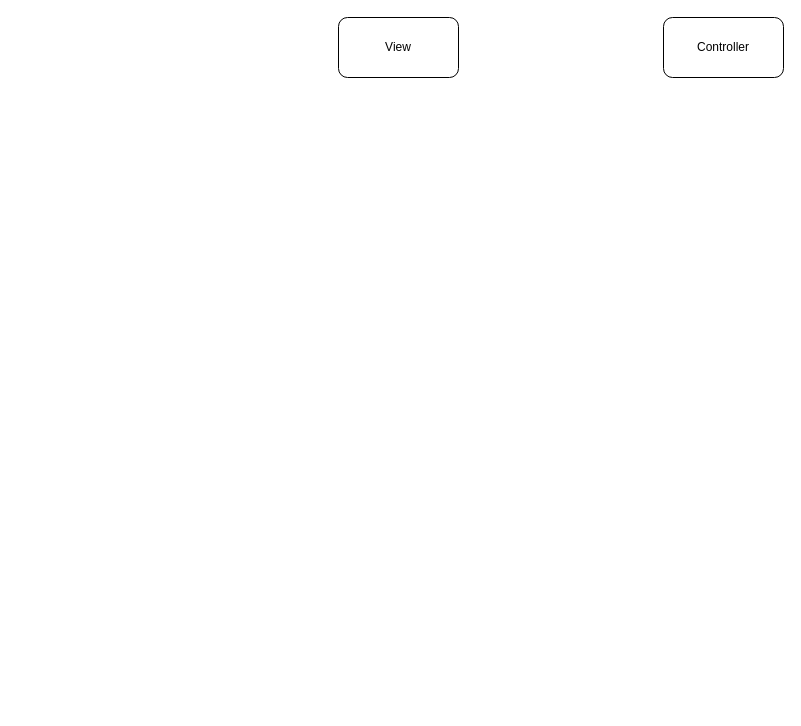
Above: page "Page-1" (1 of 2) of Untitled Diagram.drawio in sammcanany/drawio (draw.io), before the change. Source tidied: cells renumbered, new cells numbered last; positions are measured from the earlier drawing's top-left corner, leaving out a move shared by most shapes. Both pictures are drawn from the tidied source at 100%, with x=0, y=0 at pixel (338, 17).
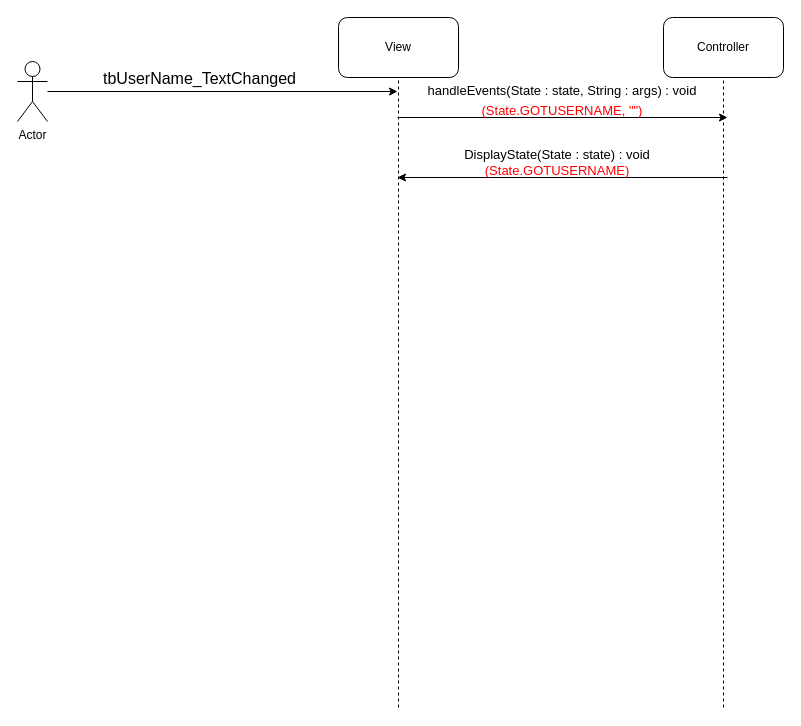
Above is the later version.

Diff of the diagram source:
```diff
@@
 <mxGraphModel>
   <root>
     <mxCell id="0" />
     <mxCell id="1" parent="0" />
     <mxCell id="2" value="View" style="rounded=1;whiteSpace=wrap;html=1;" parent="1" vertex="1">
       <mxGeometry width="120" height="60" as="geometry" />
     </mxCell>
     <mxCell id="3" value="Controller" style="rounded=1;whiteSpace=wrap;html=1;" parent="1" vertex="1">
       <mxGeometry x="325" width="120" height="60" as="geometry" />
     </mxCell>
+    <mxCell id="4" style="endArrow=none;dashed=1;html=1;rounded=0;entryX=0.5;entryY=1;entryDx=0;entryDy=0;" parent="1" edge="1" target="2">
+      <mxGeometry relative="1" as="geometry">
+        <mxPoint x="60" y="690" as="sourcePoint" />
+      </mxGeometry>
+    </mxCell>
+    <mxCell id="5" style="endArrow=none;dashed=1;html=1;rounded=0;entryX=0.5;entryY=1;entryDx=0;entryDy=0;" parent="1" edge="1" target="3">
+      <mxGeometry relative="1" as="geometry">
+        <mxPoint x="385" y="690" as="sourcePoint" />
+      </mxGeometry>
+    </mxCell>
+    <mxCell id="6" value="Actor" style="shape=umlActor;verticalLabelPosition=bottom;verticalAlign=top;html=1;outlineConnect=0;" parent="1" vertex="1">
+      <mxGeometry x="-321" y="44" width="30" height="60" as="geometry" />
+    </mxCell>
+    <mxCell id="7" style="endArrow=classic;html=1;rounded=0;" parent="1" edge="1" source="6">
+      <mxGeometry relative="1" as="geometry">
+        <mxPoint x="59" y="74" as="targetPoint" />
+      </mxGeometry>
+    </mxCell>
+    <mxCell id="8" value="&lt;font style=&quot;font-size: 16px;&quot;&gt;tbUserName_TextChanged&lt;/font&gt;" style="edgeLabel;html=1;align=center;verticalAlign=middle;" parent="7" vertex="1">
+      <mxGeometry x="-0.1" y="-1" relative="1" as="geometry">
+        <mxPoint x="-7" y="-15" as="offset" />
+      </mxGeometry>
+    </mxCell>
+    <mxCell id="9" style="endArrow=classic;html=1;rounded=0;fontSize=16;" parent="1" edge="1">
+      <mxGeometry relative="1" as="geometry">
+        <mxPoint x="59" y="100" as="sourcePoint" />
+        <mxPoint x="389" y="100" as="targetPoint" />
+      </mxGeometry>
+    </mxCell>
+    <mxCell id="10" value="&lt;span style=&quot;font-size: 13px;&quot;&gt;handleEvents(State : state, String : args) : void&lt;br&gt;&lt;font color=&quot;#ff0000&quot;&gt;(State.GOTUSERNAME, &quot;&quot;)&lt;/font&gt;&lt;br&gt;&lt;/span&gt;" style="text;html=1;strokeColor=none;fillColor=none;align=center;verticalAlign=middle;whiteSpace=wrap;rounded=0;fontSize=16;" parent="1" vertex="1">
+      <mxGeometry x="69" y="67" width="310" height="30" as="geometry" />
+    </mxCell>
+    <mxCell id="11" style="endArrow=classic;html=1;rounded=0;fontSize=13;" parent="1" edge="1">
+      <mxGeometry relative="1" as="geometry">
+        <mxPoint x="389" y="160" as="sourcePoint" />
+        <mxPoint x="59" y="160" as="targetPoint" />
+      </mxGeometry>
+    </mxCell>
+    <mxCell id="12" value="DisplayState(State : state) : void &lt;font color=&quot;#ff0000&quot;&gt;(State.GOTUSERNAME)&lt;/font&gt;" style="text;html=1;strokeColor=none;fillColor=none;align=center;verticalAlign=middle;whiteSpace=wrap;rounded=0;fontSize=13;" parent="1" vertex="1">
+      <mxGeometry x="59" y="130" width="320" height="30" as="geometry" />
+    </mxCell>
   </root>
 </mxGraphModel>
```
